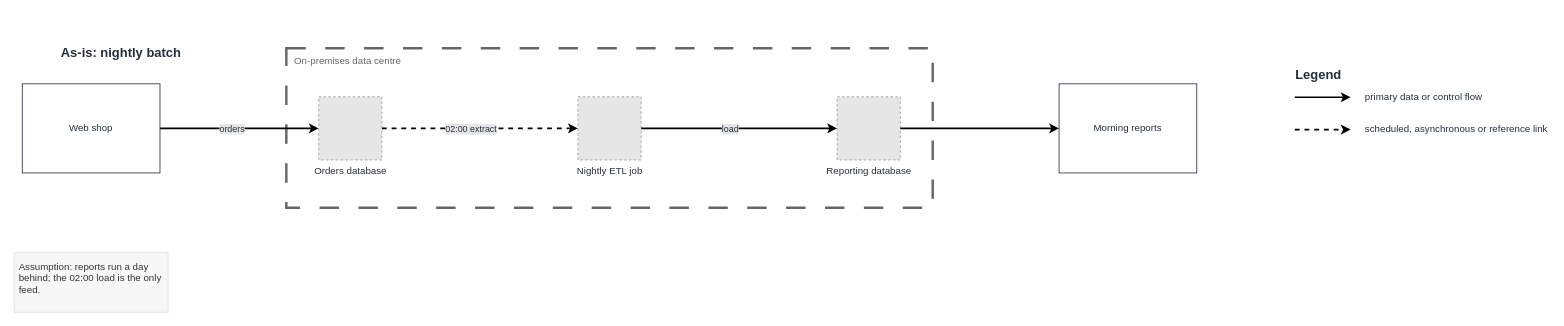
Earlier version of the draw.io diagram page "As-is" (1 of 2) of skills/arkitect-drawio/assets/templates/as-is-to-be.drawio (mouadja02/arkitect). Source tidied: cells renumbered, new cells numbered last; positions are measured from the earlier drawing's top-left corner, leaving out a move shared by most shapes. Both pictures are drawn from the tidied source at 81%, with x=0, y=0 at pixel (14, 40). Pictures stored in the file or linked from it are replaced by grey dashed boxes.
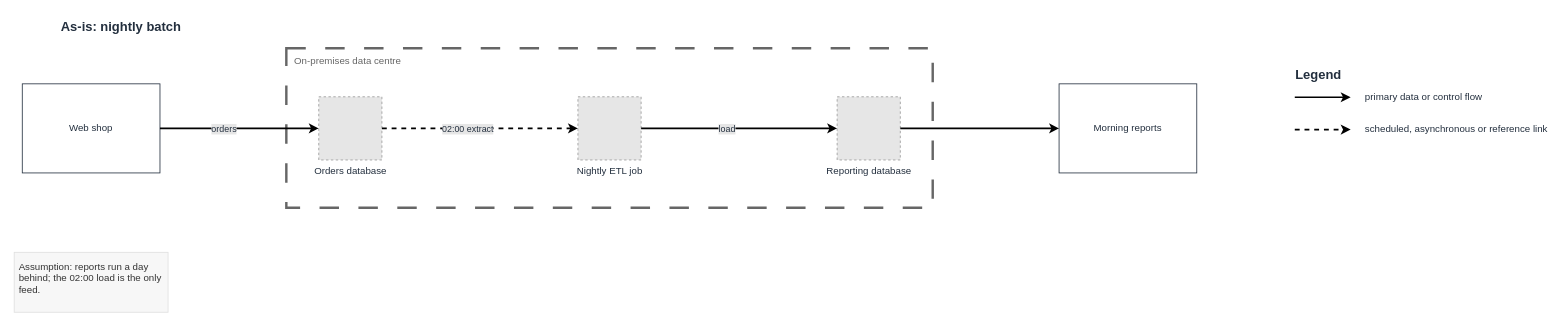
The same page after the edit.

The change refers to these unchanged cells:
```xml
<mxCell id="4" value="Web shop" style="rounded=0;whiteSpace=wrap;html=1;fillColor=none;strokeColor=#232F3E;fontColor=#232F3E;fontSize=12;" parent="1" vertex="1">
  <mxGeometry x="10" y="54" width="170" height="110" as="geometry" />
</mxCell>
<mxCell id="5" value="Orders database" style="fillColor=#E6E6E6;strokeColor=#999999;dashed=1;html=1;verticalLabelPosition=bottom;verticalAlign=top;labelBackgroundColor=none;fontSize=12;fontColor=#232F3E;" parent="3" vertex="1">
  <mxGeometry x="40" y="60" width="78" height="78" as="geometry" />
</mxCell>
<mxCell id="6" value="Nightly ETL job" style="fillColor=#E6E6E6;strokeColor=#999999;dashed=1;html=1;verticalLabelPosition=bottom;verticalAlign=top;labelBackgroundColor=none;fontSize=12;fontColor=#232F3E;" parent="3" vertex="1">
  <mxGeometry x="360" y="60" width="78" height="78" as="geometry" />
</mxCell>
<mxCell id="7" value="Reporting database" style="fillColor=#E6E6E6;strokeColor=#999999;dashed=1;html=1;verticalLabelPosition=bottom;verticalAlign=top;labelBackgroundColor=none;fontSize=12;fontColor=#232F3E;" parent="3" vertex="1">
  <mxGeometry x="680" y="60" width="78" height="78" as="geometry" />
</mxCell>
<mxCell id="8" value="Morning reports" style="rounded=0;whiteSpace=wrap;html=1;fillColor=none;strokeColor=#232F3E;fontColor=#232F3E;fontSize=12;" parent="1" vertex="1">
  <mxGeometry x="1290" y="54" width="170" height="110" as="geometry" />
</mxCell>
```

Change to the diagram source:
```diff
@@
     <mxCell id="2" value="As-is: nightly batch" style="text;html=1;whiteSpace=wrap;align=left;verticalAlign=middle;rounded=0;fillColor=none;strokeColor=none;fontSize=16;fontColor=#232F3E;fontStyle=1;" parent="1" vertex="1">
-      <mxGeometry x="56" width="900" height="30" as="geometry" />
+      <mxGeometry x="56" y="-32" width="215" height="30" as="geometry" />
     </mxCell>
@@
-    <mxCell id="10" style="edgeStyle=orthogonalEdgeStyle;rounded=0;html=1;jettySize=auto;strokeColor=#000000;strokeWidth=2;dashed=0;endArrow=classic;endFill=1;" parent="1" edge="1" source="4" target="5">
+    <mxCell id="10" style="edgeStyle=orthogonalEdgeStyle;rounded=0;html=1;jettySize=auto;strokeColor=#000000;strokeWidth=2;dashed=0;endArrow=classic;endFill=1;exitX=1;exitY=0.5;exitDx=0;exitDy=0;entryX=0;entryY=0.5;entryDx=0;entryDy=0;" parent="1" edge="1" source="4" target="5">
       <mxGeometry relative="1" as="geometry" />
     </mxCell>
     <mxCell id="11" value="orders" style="edgeLabel;html=1;align=center;verticalAlign=middle;labelBackgroundColor=#E6E6E6;fontSize=11;fontColor=#232F3E;" parent="10" vertex="1">
-      <mxGeometry x="-0.1" relative="1" as="geometry" />
+      <mxGeometry x="-0.2" relative="1" as="geometry" />
     </mxCell>
-    <mxCell id="12" style="edgeStyle=orthogonalEdgeStyle;rounded=0;html=1;jettySize=auto;strokeColor=#000000;strokeWidth=2;dashed=1;endArrow=classic;endFill=1;" parent="1" edge="1" source="5" target="6">
+    <mxCell id="12" style="edgeStyle=orthogonalEdgeStyle;rounded=0;html=1;jettySize=auto;strokeColor=#000000;strokeWidth=2;dashed=1;endArrow=classic;endFill=1;exitX=1;exitY=0.5;exitDx=0;exitDy=0;entryX=0;entryY=0.5;entryDx=0;entryDy=0;" parent="1" edge="1" source="5" target="6">
       <mxGeometry relative="1" as="geometry" />
     </mxCell>
     <mxCell id="13" value="02:00 extract" style="edgeLabel;html=1;align=center;verticalAlign=middle;labelBackgroundColor=#E6E6E6;fontSize=11;fontColor=#232F3E;" parent="12" vertex="1">
-      <mxGeometry x="-0.1" relative="1" as="geometry" />
+      <mxGeometry x="-0.13" relative="1" as="geometry" />
     </mxCell>
-    <mxCell id="14" style="edgeStyle=orthogonalEdgeStyle;rounded=0;html=1;jettySize=auto;strokeColor=#000000;strokeWidth=2;dashed=0;endArrow=classic;endFill=1;" parent="1" edge="1" source="6" target="7">
+    <mxCell id="14" style="edgeStyle=orthogonalEdgeStyle;rounded=0;html=1;jettySize=auto;strokeColor=#000000;strokeWidth=2;dashed=0;endArrow=classic;endFill=1;exitX=1;exitY=0.5;exitDx=0;exitDy=0;entryX=0;entryY=0.5;entryDx=0;entryDy=0;" parent="1" edge="1" source="6" target="7">
       <mxGeometry relative="1" as="geometry" />
     </mxCell>
     <mxCell id="15" value="load" style="edgeLabel;html=1;align=center;verticalAlign=middle;labelBackgroundColor=#E6E6E6;fontSize=11;fontColor=#232F3E;" parent="14" vertex="1">
-      <mxGeometry x="-0.1" relative="1" as="geometry" />
+      <mxGeometry x="-0.13" relative="1" as="geometry" />
     </mxCell>
-    <mxCell id="16" style="edgeStyle=orthogonalEdgeStyle;rounded=0;html=1;jettySize=auto;strokeColor=#000000;strokeWidth=2;dashed=0;endArrow=classic;endFill=1;" parent="1" edge="1" source="7" target="8">
+    <mxCell id="16" style="edgeStyle=orthogonalEdgeStyle;rounded=0;html=1;jettySize=auto;strokeColor=#000000;strokeWidth=2;dashed=0;endArrow=classic;endFill=1;exitX=1;exitY=0.5;exitDx=0;exitDy=0;entryX=0;entryY=0.5;entryDx=0;entryDy=0;" parent="1" edge="1" source="7" target="8">
       <mxGeometry relative="1" as="geometry" />
     </mxCell>
```
